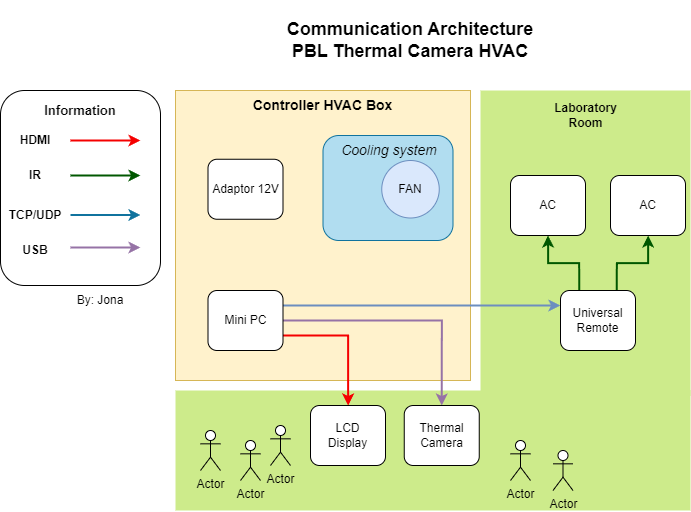
Above: doc/img/communication_architecture.png in robotjaol/thermal_cam_HVAC (draw.io), before the change. Source tidied: cells renumbered, new cells last; positions are measured from the earlier drawing's top-left corner, leaving out a move shared by most shapes. The source it was exported from:
```xml
<mxGraphModel>
  <root>
    <mxCell id="0" />
    <mxCell id="1" parent="0" />
    <mxCell id="2" style="group;" parent="1" vertex="1">
      <mxGeometry width="690" height="510" as="geometry" />
    </mxCell>
    <mxCell id="3" value="&lt;div&gt;&lt;span style=&quot;font-size: 18px;&quot;&gt;&lt;b&gt;Communication Architecture&lt;/b&gt;&lt;/span&gt;&lt;/div&gt;&lt;b&gt;&lt;font style=&quot;font-size: 18px;&quot;&gt;PBL Thermal Camera HVAC&lt;/font&gt;&lt;/b&gt;" style="text;html=1;align=center;verticalAlign=middle;whiteSpace=wrap;rounded=0;" parent="2" vertex="1">
      <mxGeometry x="285" width="250" height="80" as="geometry" />
    </mxCell>
    <mxCell id="4" style="group;" parent="2" vertex="1">
      <mxGeometry y="90" width="690" height="420" as="geometry" />
    </mxCell>
    <mxCell id="5" style="rounded=0;whiteSpace=wrap;html=1;fillColor=#cdeb8b;strokeColor=none;" parent="4" vertex="1">
      <mxGeometry x="480" width="210" height="305" as="geometry" />
    </mxCell>
    <mxCell id="6" style="rounded=0;whiteSpace=wrap;html=1;fillColor=#cdeb8b;strokeColor=none;" parent="4" vertex="1">
      <mxGeometry x="175" y="300" width="515" height="120" as="geometry" />
    </mxCell>
    <mxCell id="7" style="rounded=1;whiteSpace=wrap;html=1;" parent="4" vertex="1">
      <mxGeometry width="160" height="195" as="geometry" />
    </mxCell>
    <mxCell id="8" style="rounded=0;whiteSpace=wrap;html=1;fillColor=#fff2cc;strokeColor=#d6b656;" parent="4" vertex="1">
      <mxGeometry x="175" width="295" height="290" as="geometry" />
    </mxCell>
    <mxCell id="9" style="rounded=1;whiteSpace=wrap;html=1;fillColor=#b1ddf0;strokeColor=#10739e;" parent="4" vertex="1">
      <mxGeometry x="322.5" y="45" width="130" height="105" as="geometry" />
    </mxCell>
    <mxCell id="10" value="Adaptor 12V" style="rounded=1;whiteSpace=wrap;html=1;" parent="4" vertex="1">
      <mxGeometry x="207.5" y="68.8" width="75" height="60" as="geometry" />
    </mxCell>
    <mxCell id="11" style="edgeStyle=orthogonalEdgeStyle;rounded=0;jettySize=auto;html=1;exitX=1;exitY=0.75;exitDx=0;exitDy=0;strokeColor=#F50000;strokeWidth=2;" parent="4" edge="1" source="14" target="39">
      <mxGeometry relative="1" as="geometry" />
    </mxCell>
    <mxCell id="12" style="edgeStyle=orthogonalEdgeStyle;rounded=0;jettySize=auto;html=1;exitX=1;exitY=0.5;exitDx=0;exitDy=0;entryX=0.5;entryY=0;entryDx=0;entryDy=0;fillColor=#e1d5e7;strokeColor=#9673a6;strokeWidth=2;" parent="4" edge="1" source="14" target="15">
      <mxGeometry relative="1" as="geometry" />
    </mxCell>
    <mxCell id="13" style="edgeStyle=orthogonalEdgeStyle;rounded=0;jettySize=auto;html=1;exitX=1;exitY=0.25;exitDx=0;exitDy=0;entryX=0;entryY=0.25;entryDx=0;entryDy=0;fillColor=#dae8fc;strokeColor=#6c8ebf;strokeWidth=2;" parent="4" edge="1" source="14" target="18">
      <mxGeometry relative="1" as="geometry" />
    </mxCell>
    <mxCell id="14" value="Mini PC" style="rounded=1;whiteSpace=wrap;html=1;" parent="4" vertex="1">
      <mxGeometry x="207.5" y="200" width="75" height="60" as="geometry" />
    </mxCell>
    <mxCell id="15" value="Thermal Camera" style="rounded=1;whiteSpace=wrap;html=1;" parent="4" vertex="1">
      <mxGeometry x="403.8" y="315" width="75" height="60" as="geometry" />
    </mxCell>
    <mxCell id="16" style="edgeStyle=orthogonalEdgeStyle;rounded=0;jettySize=auto;html=1;exitX=0.25;exitY=0;exitDx=0;exitDy=0;entryX=0.5;entryY=1;entryDx=0;entryDy=0;fillColor=#008a00;strokeColor=#005700;strokeWidth=2;" parent="4" edge="1" source="18" target="33">
      <mxGeometry relative="1" as="geometry" />
    </mxCell>
    <mxCell id="17" style="edgeStyle=orthogonalEdgeStyle;rounded=0;jettySize=auto;html=1;exitX=0.75;exitY=0;exitDx=0;exitDy=0;fillColor=#008a00;strokeColor=#005700;strokeWidth=2;" parent="4" edge="1" source="18" target="32">
      <mxGeometry relative="1" as="geometry" />
    </mxCell>
    <mxCell id="18" value="Universal Remote" style="rounded=1;whiteSpace=wrap;html=1;" parent="4" vertex="1">
      <mxGeometry x="560" y="200" width="75" height="60" as="geometry" />
    </mxCell>
    <mxCell id="19" value="&lt;b&gt;&lt;font style=&quot;font-size: 14px;&quot;&gt;Controller HVAC Box&lt;/font&gt;&lt;/b&gt;" style="text;html=1;align=center;verticalAlign=middle;whiteSpace=wrap;rounded=0;" parent="4" vertex="1">
      <mxGeometry x="241.2" width="162.5" height="30" as="geometry" />
    </mxCell>
    <mxCell id="20" value="FAN" style="ellipse;whiteSpace=wrap;html=1;fillColor=#dae8fc;strokeColor=#6c8ebf;" parent="4" vertex="1">
      <mxGeometry x="381.2" y="70" width="57.5" height="57.5" as="geometry" />
    </mxCell>
    <mxCell id="21" value="&lt;font style=&quot;font-size: 14px;&quot;&gt;&lt;i&gt;Cooling system&lt;/i&gt;&lt;/font&gt;" style="text;html=1;align=center;verticalAlign=middle;whiteSpace=wrap;rounded=0;" parent="4" vertex="1">
      <mxGeometry x="338.8" y="45" width="100" height="30" as="geometry" />
    </mxCell>
    <mxCell id="22" style="endArrow=classic;html=1;rounded=0;strokeColor=#F50000;strokeWidth=2;" parent="4" edge="1">
      <mxGeometry relative="1" as="geometry">
        <mxPoint x="70" y="50" as="sourcePoint" />
        <mxPoint x="140" y="50" as="targetPoint" />
      </mxGeometry>
    </mxCell>
    <mxCell id="23" style="endArrow=classic;html=1;rounded=0;strokeColor=#005700;strokeWidth=2;fillColor=#008a00;" parent="4" edge="1">
      <mxGeometry relative="1" as="geometry">
        <mxPoint x="70" y="85" as="sourcePoint" />
        <mxPoint x="140" y="85" as="targetPoint" />
      </mxGeometry>
    </mxCell>
    <mxCell id="24" style="endArrow=classic;html=1;rounded=0;strokeColor=#10739e;strokeWidth=2;fillColor=#b1ddf0;" parent="4" edge="1">
      <mxGeometry relative="1" as="geometry">
        <mxPoint x="70" y="124.5" as="sourcePoint" />
        <mxPoint x="140" y="124.5" as="targetPoint" />
      </mxGeometry>
    </mxCell>
    <mxCell id="25" value="&lt;div&gt;&lt;b style=&quot;&quot;&gt;&lt;font style=&quot;font-size: 13px;&quot;&gt;Information&lt;/font&gt;&lt;/b&gt;&lt;/div&gt;" style="text;html=1;align=center;verticalAlign=middle;whiteSpace=wrap;rounded=0;" parent="4" vertex="1">
      <mxGeometry x="40" y="10" width="80" height="20" as="geometry" />
    </mxCell>
    <mxCell id="26" value="Actor" style="shape=umlActor;verticalLabelPosition=bottom;verticalAlign=top;html=1;" parent="4" vertex="1">
      <mxGeometry x="200" y="340" width="20" height="40" as="geometry" />
    </mxCell>
    <mxCell id="27" value="Actor" style="shape=umlActor;verticalLabelPosition=bottom;verticalAlign=top;html=1;" parent="4" vertex="1">
      <mxGeometry x="240" y="350" width="20" height="40" as="geometry" />
    </mxCell>
    <mxCell id="28" value="Actor" style="shape=umlActor;verticalLabelPosition=bottom;verticalAlign=top;html=1;" parent="4" vertex="1">
      <mxGeometry x="270" y="335" width="20" height="40" as="geometry" />
    </mxCell>
    <mxCell id="29" value="Actor" style="shape=umlActor;verticalLabelPosition=bottom;verticalAlign=top;html=1;" parent="4" vertex="1">
      <mxGeometry x="510" y="350" width="20" height="40" as="geometry" />
    </mxCell>
    <mxCell id="30" value="Actor" style="shape=umlActor;verticalLabelPosition=bottom;verticalAlign=top;html=1;" parent="4" vertex="1">
      <mxGeometry x="552.5" y="360" width="20" height="40" as="geometry" />
    </mxCell>
    <mxCell id="31" value="By: Jona" style="text;html=1;align=center;verticalAlign=middle;whiteSpace=wrap;rounded=0;" parent="4" vertex="1">
      <mxGeometry x="70" y="195" width="60" height="30" as="geometry" />
    </mxCell>
    <mxCell id="32" value="AC" style="rounded=1;whiteSpace=wrap;html=1;" parent="4" vertex="1">
      <mxGeometry x="610" y="85" width="75" height="60" as="geometry" />
    </mxCell>
    <mxCell id="33" value="AC" style="rounded=1;whiteSpace=wrap;html=1;" parent="4" vertex="1">
      <mxGeometry x="510" y="85" width="75" height="60" as="geometry" />
    </mxCell>
    <mxCell id="34" value="&lt;b&gt;Laboratory Room&lt;/b&gt;" style="text;html=1;align=center;verticalAlign=middle;whiteSpace=wrap;rounded=0;" parent="4" vertex="1">
      <mxGeometry x="538.8" y="10" width="92.5" height="30" as="geometry" />
    </mxCell>
    <mxCell id="35" style="endArrow=classic;html=1;rounded=0;strokeColor=#9673a6;strokeWidth=2;fillColor=#e1d5e7;" parent="4" edge="1">
      <mxGeometry relative="1" as="geometry">
        <mxPoint x="70" y="157" as="sourcePoint" />
        <mxPoint x="140" y="157" as="targetPoint" />
      </mxGeometry>
    </mxCell>
    <mxCell id="36" value="&lt;b&gt;TCP/UDP&lt;/b&gt;" style="text;html=1;align=center;verticalAlign=middle;whiteSpace=wrap;rounded=0;" parent="4" vertex="1">
      <mxGeometry x="20" y="115" width="30" height="20" as="geometry" />
    </mxCell>
    <mxCell id="37" value="&lt;b&gt;USB&lt;/b&gt;" style="text;html=1;align=center;verticalAlign=middle;whiteSpace=wrap;rounded=0;" parent="4" vertex="1">
      <mxGeometry x="20" y="150" width="30" height="20" as="geometry" />
    </mxCell>
    <mxCell id="38" value="&lt;b&gt;IR&lt;/b&gt;" style="text;html=1;align=center;verticalAlign=middle;whiteSpace=wrap;rounded=0;" parent="4" vertex="1">
      <mxGeometry x="20" y="75" width="30" height="20" as="geometry" />
    </mxCell>
    <mxCell id="39" value="LCD&lt;div&gt;Display&lt;/div&gt;" style="rounded=1;whiteSpace=wrap;html=1;" parent="4" vertex="1">
      <mxGeometry x="310" y="315" width="75" height="60" as="geometry" />
    </mxCell>
    <mxCell id="40" value="&lt;b&gt;HDMI&lt;/b&gt;" style="text;html=1;align=center;verticalAlign=middle;whiteSpace=wrap;rounded=0;" parent="4" vertex="1">
      <mxGeometry x="20" y="40" width="30" height="20" as="geometry" />
    </mxCell>
  </root>
</mxGraphModel>
```
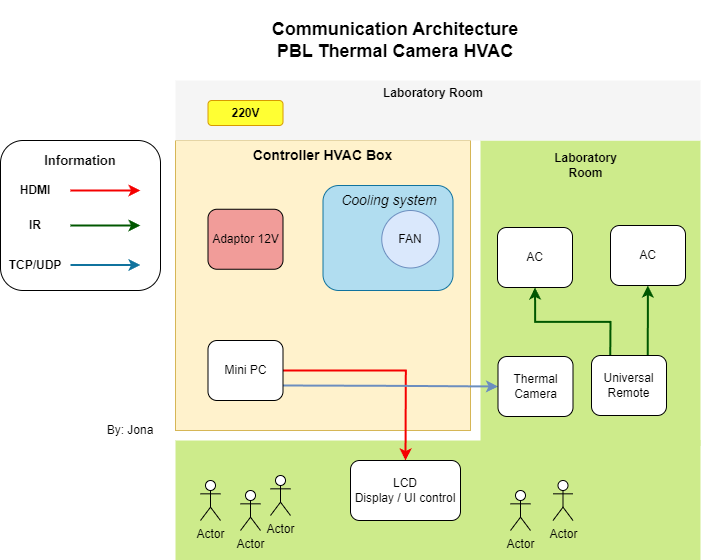
Above is the later version.

Commit message:
refacto : diagram

The edit, as a diff of the source:
```diff
@@ -3,22 +3,19 @@
     <mxCell id="0" />
     <mxCell id="1" parent="0" />
     <mxCell id="2" style="group;" parent="1" vertex="1">
-      <mxGeometry width="690" height="510" as="geometry" />
+      <mxGeometry width="700" height="510" as="geometry" />
     </mxCell>
-    <mxCell id="3" value="&lt;div&gt;&lt;span style=&quot;font-size: 18px;&quot;&gt;&lt;b&gt;Communication Architecture&lt;/b&gt;&lt;/span&gt;&lt;/div&gt;&lt;b&gt;&lt;font style=&quot;font-size: 18px;&quot;&gt;PBL Thermal Camera HVAC&lt;/font&gt;&lt;/b&gt;" style="text;html=1;align=center;verticalAlign=middle;whiteSpace=wrap;rounded=0;" parent="2" vertex="1">
-      <mxGeometry x="285" width="250" height="80" as="geometry" />
-    </mxCell>
     <mxCell id="4" style="group;" parent="2" vertex="1">
-      <mxGeometry y="90" width="690" height="420" as="geometry" />
+      <mxGeometry y="90" width="700" height="420" as="geometry" />
     </mxCell>
     <mxCell id="5" style="rounded=0;whiteSpace=wrap;html=1;fillColor=#cdeb8b;strokeColor=none;" parent="4" vertex="1">
-      <mxGeometry x="480" width="210" height="305" as="geometry" />
+      <mxGeometry x="480" width="220" height="305" as="geometry" />
     </mxCell>
     <mxCell id="6" style="rounded=0;whiteSpace=wrap;html=1;fillColor=#cdeb8b;strokeColor=none;" parent="4" vertex="1">
-      <mxGeometry x="175" y="300" width="515" height="120" as="geometry" />
+      <mxGeometry x="175" y="300" width="525" height="120" as="geometry" />
     </mxCell>
     <mxCell id="7" style="rounded=1;whiteSpace=wrap;html=1;" parent="4" vertex="1">
-      <mxGeometry width="160" height="195" as="geometry" />
+      <mxGeometry width="160" height="150" as="geometry" />
     </mxCell>
     <mxCell id="8" style="rounded=0;whiteSpace=wrap;html=1;fillColor=#fff2cc;strokeColor=#d6b656;" parent="4" vertex="1">
       <mxGeometry x="175" width="295" height="290" as="geometry" />
@@ -26,23 +23,20 @@
     <mxCell id="9" style="rounded=1;whiteSpace=wrap;html=1;fillColor=#b1ddf0;strokeColor=#10739e;" parent="4" vertex="1">
       <mxGeometry x="322.5" y="45" width="130" height="105" as="geometry" />
     </mxCell>
-    <mxCell id="10" value="Adaptor 12V" style="rounded=1;whiteSpace=wrap;html=1;" parent="4" vertex="1">
+    <mxCell id="10" value="Adaptor 12V" style="rounded=1;whiteSpace=wrap;html=1;fillColor=#F19C99;" parent="4" vertex="1">
       <mxGeometry x="207.5" y="68.8" width="75" height="60" as="geometry" />
     </mxCell>
-    <mxCell id="11" style="edgeStyle=orthogonalEdgeStyle;rounded=0;jettySize=auto;html=1;exitX=1;exitY=0.75;exitDx=0;exitDy=0;strokeColor=#F50000;strokeWidth=2;" parent="4" edge="1" source="14" target="39">
+    <mxCell id="11" style="edgeStyle=orthogonalEdgeStyle;rounded=0;jettySize=auto;html=1;exitX=1;exitY=0.5;exitDx=0;exitDy=0;entryX=0.5;entryY=0;entryDx=0;entryDy=0;fillColor=#f8cecc;strokeColor=#F50000;strokeWidth=2;" parent="4" edge="1" source="14" target="39">
       <mxGeometry relative="1" as="geometry" />
     </mxCell>
-    <mxCell id="12" style="edgeStyle=orthogonalEdgeStyle;rounded=0;jettySize=auto;html=1;exitX=1;exitY=0.5;exitDx=0;exitDy=0;entryX=0.5;entryY=0;entryDx=0;entryDy=0;fillColor=#e1d5e7;strokeColor=#9673a6;strokeWidth=2;" parent="4" edge="1" source="14" target="15">
+    <mxCell id="12" style="edgeStyle=orthogonalEdgeStyle;rounded=0;jettySize=auto;html=1;exitX=1;exitY=0.75;exitDx=0;exitDy=0;entryX=0;entryY=0.5;entryDx=0;entryDy=0;fillColor=#dae8fc;strokeColor=#6c8ebf;strokeWidth=2;" parent="4" edge="1" source="14" target="15">
       <mxGeometry relative="1" as="geometry" />
     </mxCell>
-    <mxCell id="13" style="edgeStyle=orthogonalEdgeStyle;rounded=0;jettySize=auto;html=1;exitX=1;exitY=0.25;exitDx=0;exitDy=0;entryX=0;entryY=0.25;entryDx=0;entryDy=0;fillColor=#dae8fc;strokeColor=#6c8ebf;strokeWidth=2;" parent="4" edge="1" source="14" target="18">
-      <mxGeometry relative="1" as="geometry" />
-    </mxCell>
     <mxCell id="14" value="Mini PC" style="rounded=1;whiteSpace=wrap;html=1;" parent="4" vertex="1">
       <mxGeometry x="207.5" y="200" width="75" height="60" as="geometry" />
     </mxCell>
     <mxCell id="15" value="Thermal Camera" style="rounded=1;whiteSpace=wrap;html=1;" parent="4" vertex="1">
-      <mxGeometry x="403.8" y="315" width="75" height="60" as="geometry" />
+      <mxGeometry x="497.5" y="216" width="75" height="60" as="geometry" />
     </mxCell>
     <mxCell id="16" style="edgeStyle=orthogonalEdgeStyle;rounded=0;jettySize=auto;html=1;exitX=0.25;exitY=0;exitDx=0;exitDy=0;entryX=0.5;entryY=1;entryDx=0;entryDy=0;fillColor=#008a00;strokeColor=#005700;strokeWidth=2;" parent="4" edge="1" source="18" target="33">
       <mxGeometry relative="1" as="geometry" />
@@ -51,7 +45,7 @@
       <mxGeometry relative="1" as="geometry" />
     </mxCell>
     <mxCell id="18" value="Universal Remote" style="rounded=1;whiteSpace=wrap;html=1;" parent="4" vertex="1">
-      <mxGeometry x="560" y="200" width="75" height="60" as="geometry" />
+      <mxGeometry x="591" y="215" width="75" height="60" as="geometry" />
     </mxCell>
     <mxCell id="19" value="&lt;b&gt;&lt;font style=&quot;font-size: 14px;&quot;&gt;Controller HVAC Box&lt;/font&gt;&lt;/b&gt;" style="text;html=1;align=center;verticalAlign=middle;whiteSpace=wrap;rounded=0;" parent="4" vertex="1">
       <mxGeometry x="241.2" width="162.5" height="30" as="geometry" />
@@ -96,40 +90,43 @@
       <mxGeometry x="510" y="350" width="20" height="40" as="geometry" />
     </mxCell>
     <mxCell id="30" value="Actor" style="shape=umlActor;verticalLabelPosition=bottom;verticalAlign=top;html=1;" parent="4" vertex="1">
-      <mxGeometry x="552.5" y="360" width="20" height="40" as="geometry" />
+      <mxGeometry x="552.5" y="340" width="20" height="40" as="geometry" />
     </mxCell>
     <mxCell id="31" value="By: Jona" style="text;html=1;align=center;verticalAlign=middle;whiteSpace=wrap;rounded=0;" parent="4" vertex="1">
-      <mxGeometry x="70" y="195" width="60" height="30" as="geometry" />
+      <mxGeometry x="100" y="275" width="60" height="30" as="geometry" />
     </mxCell>
     <mxCell id="32" value="AC" style="rounded=1;whiteSpace=wrap;html=1;" parent="4" vertex="1">
       <mxGeometry x="610" y="85" width="75" height="60" as="geometry" />
     </mxCell>
     <mxCell id="33" value="AC" style="rounded=1;whiteSpace=wrap;html=1;" parent="4" vertex="1">
-      <mxGeometry x="510" y="85" width="75" height="60" as="geometry" />
+      <mxGeometry x="497" y="87" width="75" height="60" as="geometry" />
     </mxCell>
     <mxCell id="34" value="&lt;b&gt;Laboratory Room&lt;/b&gt;" style="text;html=1;align=center;verticalAlign=middle;whiteSpace=wrap;rounded=0;" parent="4" vertex="1">
       <mxGeometry x="538.8" y="10" width="92.5" height="30" as="geometry" />
     </mxCell>
-    <mxCell id="35" style="endArrow=classic;html=1;rounded=0;strokeColor=#9673a6;strokeWidth=2;fillColor=#e1d5e7;" parent="4" edge="1">
-      <mxGeometry relative="1" as="geometry">
-        <mxPoint x="70" y="157" as="sourcePoint" />
-        <mxPoint x="140" y="157" as="targetPoint" />
-      </mxGeometry>
-    </mxCell>
     <mxCell id="36" value="&lt;b&gt;TCP/UDP&lt;/b&gt;" style="text;html=1;align=center;verticalAlign=middle;whiteSpace=wrap;rounded=0;" parent="4" vertex="1">
       <mxGeometry x="20" y="115" width="30" height="20" as="geometry" />
     </mxCell>
-    <mxCell id="37" value="&lt;b&gt;USB&lt;/b&gt;" style="text;html=1;align=center;verticalAlign=middle;whiteSpace=wrap;rounded=0;" parent="4" vertex="1">
-      <mxGeometry x="20" y="150" width="30" height="20" as="geometry" />
-    </mxCell>
     <mxCell id="38" value="&lt;b&gt;IR&lt;/b&gt;" style="text;html=1;align=center;verticalAlign=middle;whiteSpace=wrap;rounded=0;" parent="4" vertex="1">
       <mxGeometry x="20" y="75" width="30" height="20" as="geometry" />
     </mxCell>
-    <mxCell id="39" value="LCD&lt;div&gt;Display&lt;/div&gt;" style="rounded=1;whiteSpace=wrap;html=1;" parent="4" vertex="1">
-      <mxGeometry x="310" y="315" width="75" height="60" as="geometry" />
+    <mxCell id="39" value="LCD&lt;div&gt;Display / UI control&lt;/div&gt;" style="rounded=1;whiteSpace=wrap;html=1;" parent="4" vertex="1">
+      <mxGeometry x="350" y="320" width="110" height="60" as="geometry" />
     </mxCell>
     <mxCell id="40" value="&lt;b&gt;HDMI&lt;/b&gt;" style="text;html=1;align=center;verticalAlign=middle;whiteSpace=wrap;rounded=0;" parent="4" vertex="1">
       <mxGeometry x="20" y="40" width="30" height="20" as="geometry" />
     </mxCell>
+    <mxCell id="41" style="rounded=0;whiteSpace=wrap;html=1;fillColor=#f5f5f5;fontColor=#333333;strokeColor=none;" parent="2" vertex="1">
+      <mxGeometry x="175" y="30" width="525" height="60" as="geometry" />
+    </mxCell>
+    <mxCell id="42" value="&lt;b&gt;220V&lt;/b&gt;" style="rounded=1;whiteSpace=wrap;html=1;strokeColor=#d79b00;fillColor=#FFFF33;" parent="2" vertex="1">
+      <mxGeometry x="207.5" y="50" width="75" height="25" as="geometry" />
+    </mxCell>
+    <mxCell id="43" value="&lt;b&gt;Laboratory Room&lt;/b&gt;" style="text;html=1;align=center;verticalAlign=middle;whiteSpace=wrap;rounded=0;" parent="2" vertex="1">
+      <mxGeometry x="365.6" y="30" width="133.8" height="26" as="geometry" />
+    </mxCell>
+    <mxCell id="3" value="&lt;div&gt;&lt;span style=&quot;font-size: 18px;&quot;&gt;&lt;b&gt;Communication Architecture&lt;/b&gt;&lt;/span&gt;&lt;/div&gt;&lt;b&gt;&lt;font style=&quot;font-size: 18px;&quot;&gt;PBL Thermal Camera HVAC&lt;/font&gt;&lt;/b&gt;" style="text;html=1;align=center;verticalAlign=middle;whiteSpace=wrap;rounded=0;" parent="1" vertex="1">
+      <mxGeometry x="270" y="-50" width="250" height="80" as="geometry" />
+    </mxCell>
   </root>
 </mxGraphModel>
```
